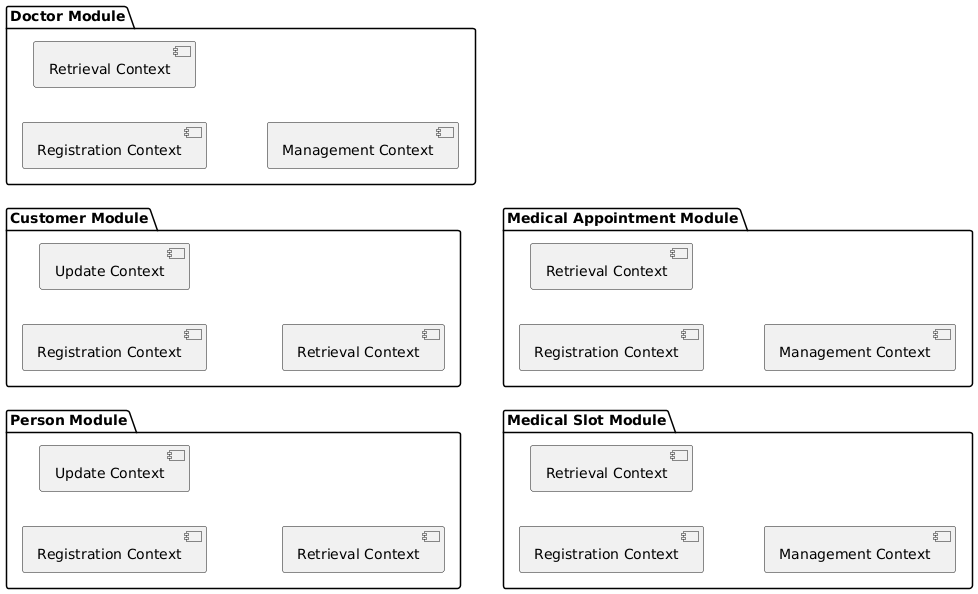
Above: figures/api/component_diagram_consolidated.png in LazaroDamasceno/Dissertacao-Mestrado (PlantUML), before the change. The source it was exported from:
```plantuml
@startuml
left to right direction

package "Person Module" {
  component "Registration Context" as PersonRegistration
  component "Update Context" as PersonUpdate
  component "Retrieval Context" as PersonRetrieval
}

package "Customer Module" {
  component "Registration Context" as CustomerRegistration
  component "Update Context" as CustomerUpdate
  component "Retrieval Context" as CustomerRetrieval
}

package "Doctor Module" {
  component "Registration Context" as DoctorRegistration
  component "Retrieval Context" as DoctorRetrieval
  component "Management Context" as DoctorManagement
}

package "Medical Slot Module" {
  component "Registration Context" as SlotRegistration
  component "Retrieval Context" as SlotRetrieval
  component "Management Context" as SlotManagement
}

package "Medical Appointment Module" {
  component "Registration Context" as AppointmentRegistration
  component "Retrieval Context" as AppointmentRetrieval
  component "Management Context" as AppointmentManagement
}
@enduml
```
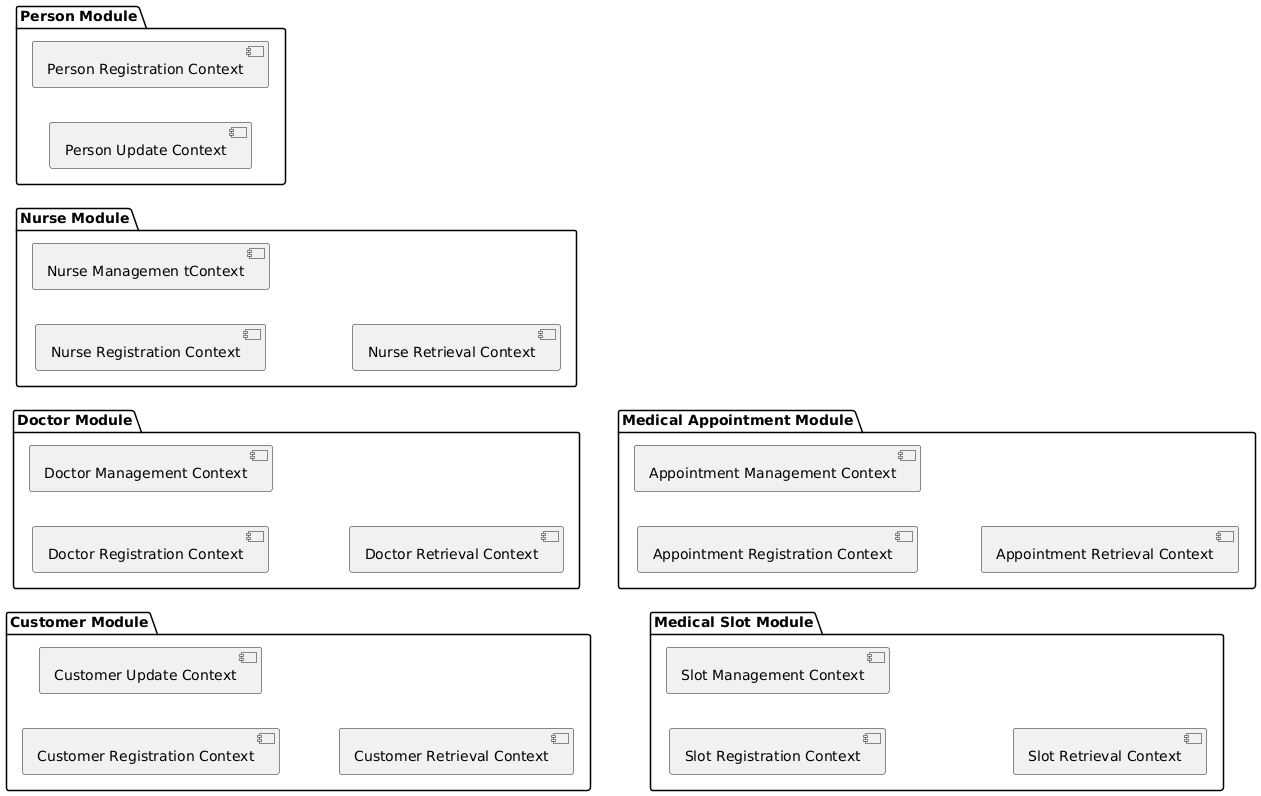
After the commit.

Change to the diagram source:
```diff
@@ -2,32 +2,37 @@
 left to right direction
 
 package "Person Module" {
-  component "Registration Context" as PersonRegistration
-  component "Update Context" as PersonUpdate
-  component "Retrieval Context" as PersonRetrieval
+    [Person Registration Context]
+    [Person Update Context]
 }
 
 package "Customer Module" {
-  component "Registration Context" as CustomerRegistration
-  component "Update Context" as CustomerUpdate
-  component "Retrieval Context" as CustomerRetrieval
+    [Customer Registration Context]
+    [Customer Update Context]
+    [Customer Retrieval Context]
 }
 
 package "Doctor Module" {
-  component "Registration Context" as DoctorRegistration
-  component "Retrieval Context" as DoctorRetrieval
-  component "Management Context" as DoctorManagement
+    [Doctor Registration Context]
+    [Doctor Management Context]
+    [Doctor Retrieval Context]
+}
+
+package "Nurse Module" {
+    [Nurse Registration Context]
+    [Nurse Managemen tContext]
+    [Nurse Retrieval Context]
 }
 
 package "Medical Slot Module" {
-  component "Registration Context" as SlotRegistration
-  component "Retrieval Context" as SlotRetrieval
-  component "Management Context" as SlotManagement
+    [Slot Registration Context]
+    [Slot Management Context]
+    [Slot Retrieval Context]
 }
 
 package "Medical Appointment Module" {
-  component "Registration Context" as AppointmentRegistration
-  component "Retrieval Context" as AppointmentRetrieval
-  component "Management Context" as AppointmentManagement
+    [Appointment Registration Context]
+    [Appointment Management Context]
+    [Appointment Retrieval Context]
 }
 @enduml
```
